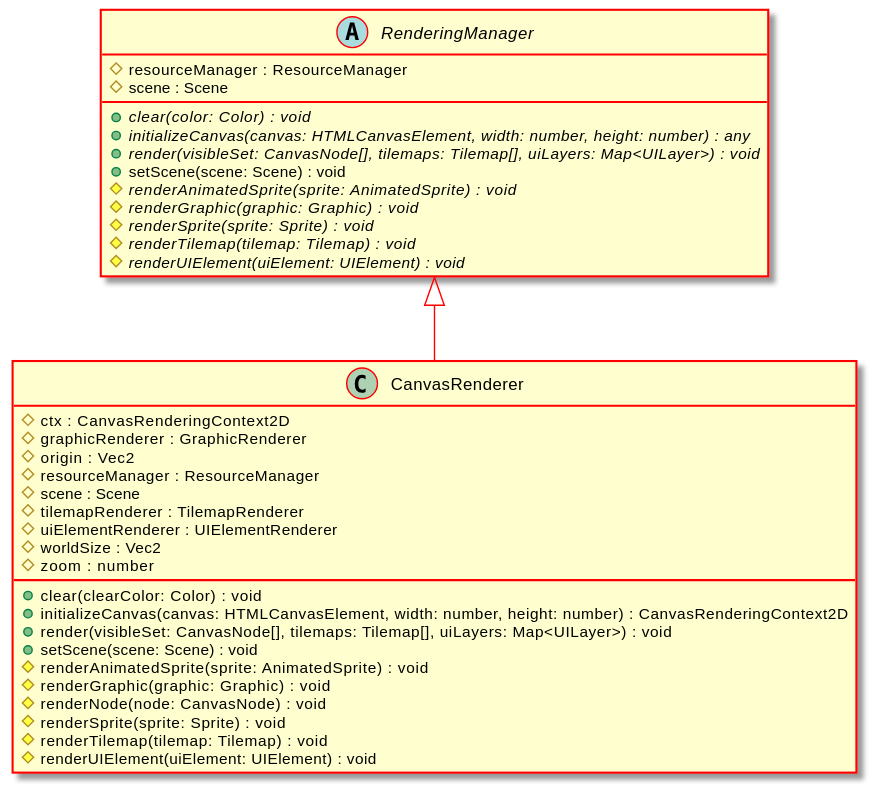
Earlier version of the PlantUML export docs/api/assets/CanvasRenderer-umlClassDiagram-5541.svg (Test123938/Test2). The source it was exported from:
```plantuml
@startuml
skinparam ClassArrowColor #ff0000
skinparam ClassBorderColor #ff0000
skinparam BackgroundColor transparent
hide empty methods
hide empty fields
class "CanvasRenderer" {
    #ctx : CanvasRenderingContext2D
    #graphicRenderer : GraphicRenderer
    #origin : Vec2
    #resourceManager : ResourceManager
    #scene : Scene
    #tilemapRenderer : TilemapRenderer
    #uiElementRenderer : UIElementRenderer
    #worldSize : Vec2
    #zoom : number
    +clear(clearColor: Color) : void
    +initializeCanvas(canvas: HTMLCanvasElement, width: number, height: number) : CanvasRenderingContext2D
    +render(visibleSet: CanvasNode[], tilemaps: Tilemap[], uiLayers: Map<UILayer>) : void
    +setScene(scene: Scene) : void
    #renderAnimatedSprite(sprite: AnimatedSprite) : void
    #renderGraphic(graphic: Graphic) : void
    #renderNode(node: CanvasNode) : void
    #renderSprite(sprite: Sprite) : void
    #renderTilemap(tilemap: Tilemap) : void
    #renderUIElement(uiElement: UIElement) : void
}
abstract class "RenderingManager" {
    #resourceManager : ResourceManager
    #scene : Scene
    {abstract} +clear(color: Color) : void
    {abstract} +initializeCanvas(canvas: HTMLCanvasElement, width: number, height: number) : any
    {abstract} +render(visibleSet: CanvasNode[], tilemaps: Tilemap[], uiLayers: Map<UILayer>) : void
    +setScene(scene: Scene) : void
    {abstract} #renderAnimatedSprite(sprite: AnimatedSprite) : void
    {abstract} #renderGraphic(graphic: Graphic) : void
    {abstract} #renderSprite(sprite: Sprite) : void
    {abstract} #renderTilemap(tilemap: Tilemap) : void
    {abstract} #renderUIElement(uiElement: UIElement) : void
}
"RenderingManager" <|-- "CanvasRenderer"
@enduml
```
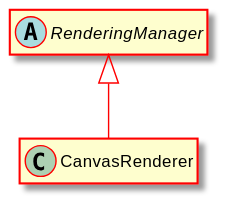
After the change.

Diff of the diagram source:
```diff
@@ -5,38 +5,8 @@
 hide empty methods
 hide empty fields
 class "CanvasRenderer" {
-    #ctx : CanvasRenderingContext2D
-    #graphicRenderer : GraphicRenderer
-    #origin : Vec2
-    #resourceManager : ResourceManager
-    #scene : Scene
-    #tilemapRenderer : TilemapRenderer
-    #uiElementRenderer : UIElementRenderer
-    #worldSize : Vec2
-    #zoom : number
-    +clear(clearColor: Color) : void
-    +initializeCanvas(canvas: HTMLCanvasElement, width: number, height: number) : CanvasRenderingContext2D
-    +render(visibleSet: CanvasNode[], tilemaps: Tilemap[], uiLayers: Map<UILayer>) : void
-    +setScene(scene: Scene) : void
-    #renderAnimatedSprite(sprite: AnimatedSprite) : void
-    #renderGraphic(graphic: Graphic) : void
-    #renderNode(node: CanvasNode) : void
-    #renderSprite(sprite: Sprite) : void
-    #renderTilemap(tilemap: Tilemap) : void
-    #renderUIElement(uiElement: UIElement) : void
 }
 abstract class "RenderingManager" {
-    #resourceManager : ResourceManager
-    #scene : Scene
-    {abstract} +clear(color: Color) : void
-    {abstract} +initializeCanvas(canvas: HTMLCanvasElement, width: number, height: number) : any
-    {abstract} +render(visibleSet: CanvasNode[], tilemaps: Tilemap[], uiLayers: Map<UILayer>) : void
-    +setScene(scene: Scene) : void
-    {abstract} #renderAnimatedSprite(sprite: AnimatedSprite) : void
-    {abstract} #renderGraphic(graphic: Graphic) : void
-    {abstract} #renderSprite(sprite: Sprite) : void
-    {abstract} #renderTilemap(tilemap: Tilemap) : void
-    {abstract} #renderUIElement(uiElement: UIElement) : void
 }
 "RenderingManager" <|-- "CanvasRenderer"
 @enduml
```
